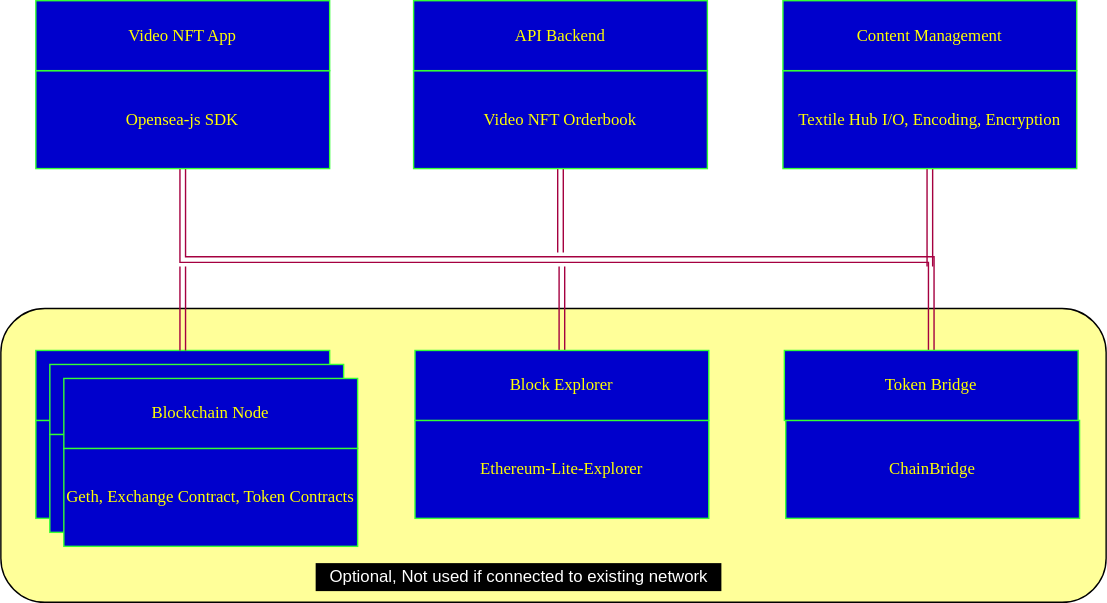
videocoin/videocoin-nft-devnet keeps this draw.io diagram as docs/devnet.drawio.svg. Above is the earlier version. Source tidied: cells renumbered, new cells last; positions are measured from the earlier drawing's top-left corner, leaving out a move shared by most shapes.
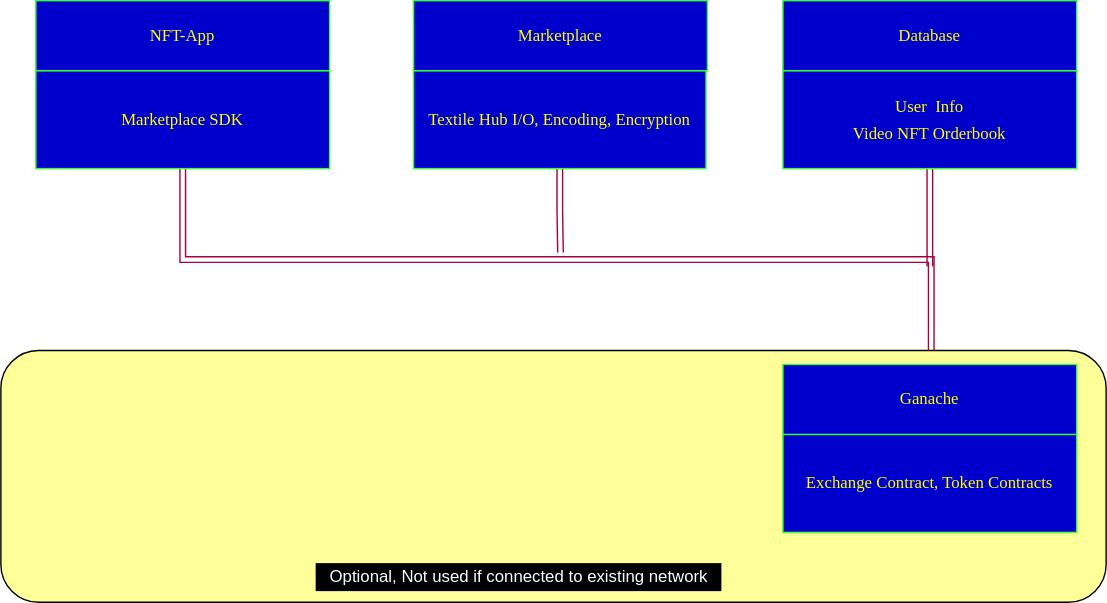
After the commit.

Diff of the diagram source:
```diff
@@ -3,35 +3,23 @@
     <mxCell id="0" />
     <mxCell id="1" parent="0" />
     <mxCell id="2" style="rounded=1;whiteSpace=wrap;html=1;fillColor=#FFFF99;" parent="1" vertex="1">
-      <mxGeometry y="220" width="790" height="210" as="geometry" />
+      <mxGeometry y="250" width="790" height="180" as="geometry" />
     </mxCell>
-    <mxCell id="3" value="&lt;div style=&quot;line-height: 19px ; font-size: 12px&quot;&gt;&lt;br&gt;&lt;/div&gt;" style="whiteSpace=wrap;html=1;fontSize=12;fontFamily=Verdana;labelBackgroundColor=none;strokeColor=#33FF33;fontColor=#FFFF00;fillColor=#0000CC;" parent="1" vertex="1">
-      <mxGeometry x="25" y="300" width="210" height="70" as="geometry" />
-    </mxCell>
-    <mxCell id="4" style="whiteSpace=wrap;html=1;fontSize=12;fontFamily=Verdana;labelBackgroundColor=none;strokeColor=#33FF33;fontColor=#FFFF00;fillColor=#0000CC;" parent="1" vertex="1">
-      <mxGeometry x="25" y="250" width="210" height="50" as="geometry" />
-    </mxCell>
-    <mxCell id="5" value="&lt;div style=&quot;line-height: 19px ; font-size: 12px&quot;&gt;&lt;br&gt;&lt;/div&gt;" style="whiteSpace=wrap;html=1;fontSize=12;fontFamily=Verdana;labelBackgroundColor=none;strokeColor=#33FF33;fontColor=#FFFF00;fillColor=#0000CC;" parent="1" vertex="1">
-      <mxGeometry x="35" y="310" width="210" height="70" as="geometry" />
-    </mxCell>
-    <mxCell id="6" style="whiteSpace=wrap;html=1;fontSize=12;fontFamily=Verdana;labelBackgroundColor=none;strokeColor=#33FF33;fontColor=#FFFF00;fillColor=#0000CC;" parent="1" vertex="1">
-      <mxGeometry x="35" y="260" width="210" height="50" as="geometry" />
-    </mxCell>
-    <mxCell id="7" value="&lt;div style=&quot;line-height: 19px ; font-size: 12px&quot;&gt;Geth, Exchange Contract, Token Contracts&lt;/div&gt;" style="whiteSpace=wrap;html=1;fontSize=12;fontFamily=Verdana;labelBackgroundColor=none;strokeColor=#33FF33;fontColor=#FFFF00;fillColor=#0000CC;" parent="1" vertex="1">
-      <mxGeometry x="45" y="320" width="210" height="70" as="geometry" />
+    <mxCell id="7" value="&lt;div style=&quot;line-height: 19px ; font-size: 12px&quot;&gt;Exchange Contract, Token Contracts&lt;/div&gt;" style="whiteSpace=wrap;html=1;fontSize=12;fontFamily=Verdana;labelBackgroundColor=none;strokeColor=#33FF33;fontColor=#FFFF00;fillColor=#0000CC;" parent="1" vertex="1">
+      <mxGeometry x="559" y="310" width="210" height="70" as="geometry" />
     </mxCell>
-    <mxCell id="8" value="Blockchain Node" style="whiteSpace=wrap;html=1;fontSize=12;fontFamily=Verdana;labelBackgroundColor=none;strokeColor=#33FF33;fontColor=#FFFF00;fillColor=#0000CC;" parent="1" vertex="1">
-      <mxGeometry x="45" y="270" width="210" height="50" as="geometry" />
+    <mxCell id="8" value="Ganache" style="whiteSpace=wrap;html=1;fontSize=12;fontFamily=Verdana;labelBackgroundColor=none;strokeColor=#33FF33;fontColor=#FFFF00;fillColor=#0000CC;" parent="1" vertex="1">
+      <mxGeometry x="559" y="260" width="210" height="50" as="geometry" />
     </mxCell>
     <mxCell id="9" style="edgeStyle=orthogonalEdgeStyle;shape=link;rounded=0;jettySize=auto;html=1;exitX=0.5;exitY=1;exitDx=0;exitDy=0;fillColor=#d80073;strokeColor=#A50040;" parent="1" edge="1" source="10">
       <mxGeometry relative="1" as="geometry">
         <mxPoint x="664" y="190" as="targetPoint" />
       </mxGeometry>
     </mxCell>
-    <mxCell id="10" value="&lt;div style=&quot;line-height: 19px ; font-size: 12px&quot;&gt;Textile Hub I/O, Encoding, Encryption&lt;/div&gt;" style="whiteSpace=wrap;html=1;fontSize=12;fontFamily=Verdana;labelBackgroundColor=none;strokeColor=#33FF33;fontColor=#FFFF00;fillColor=#0000CC;" parent="1" vertex="1">
+    <mxCell id="10" value="&lt;div style=&quot;line-height: 19px ; font-size: 12px&quot;&gt;User&amp;nbsp; Info&lt;br&gt;Video NFT Orderbook&lt;br&gt;&lt;/div&gt;" style="whiteSpace=wrap;html=1;fontSize=12;fontFamily=Verdana;labelBackgroundColor=none;strokeColor=#33FF33;fontColor=#FFFF00;fillColor=#0000CC;" parent="1" vertex="1">
       <mxGeometry x="559" y="50" width="210" height="70" as="geometry" />
     </mxCell>
-    <mxCell id="11" value="Content Management" style="whiteSpace=wrap;html=1;fontSize=12;fontFamily=Verdana;labelBackgroundColor=none;strokeColor=#33FF33;fontColor=#FFFF00;fillColor=#0000CC;" parent="1" vertex="1">
+    <mxCell id="11" value="Database" style="whiteSpace=wrap;html=1;fontSize=12;fontFamily=Verdana;labelBackgroundColor=none;strokeColor=#33FF33;fontColor=#FFFF00;fillColor=#0000CC;" parent="1" vertex="1">
       <mxGeometry x="559" width="210" height="50" as="geometry" />
     </mxCell>
     <mxCell id="12" style="edgeStyle=orthogonalEdgeStyle;shape=link;rounded=0;jettySize=auto;html=1;exitX=0.5;exitY=1;exitDx=0;exitDy=0;fillColor=#d80073;strokeColor=#A50040;" parent="1" edge="1" source="13">
@@ -39,43 +27,23 @@
         <mxPoint x="400" y="180" as="targetPoint" />
       </mxGeometry>
     </mxCell>
-    <mxCell id="13" value="&lt;div style=&quot;line-height: 19px ; font-size: 12px&quot;&gt;Video NFT Orderbook&lt;/div&gt;" style="whiteSpace=wrap;html=1;fontSize=12;fontFamily=Verdana;labelBackgroundColor=none;strokeColor=#33FF33;fontColor=#FFFF00;fillColor=#0000CC;" parent="1" vertex="1">
-      <mxGeometry x="295" y="50" width="210" height="70" as="geometry" />
+    <mxCell id="13" value="&lt;div style=&quot;line-height: 19px ; font-size: 12px&quot;&gt;Textile Hub I/O, Encoding, Encryption&lt;/div&gt;" style="whiteSpace=wrap;html=1;fontSize=12;fontFamily=Verdana;labelBackgroundColor=none;strokeColor=#33FF33;fontColor=#FFFF00;fillColor=#0000CC;" parent="1" vertex="1">
+      <mxGeometry x="295" y="50" width="209" height="70" as="geometry" />
     </mxCell>
-    <mxCell id="14" value="API Backend" style="whiteSpace=wrap;html=1;fontSize=12;fontFamily=Verdana;labelBackgroundColor=none;strokeColor=#33FF33;fontColor=#FFFF00;fillColor=#0000CC;" parent="1" vertex="1">
+    <mxCell id="14" value="Marketplace" style="whiteSpace=wrap;html=1;fontSize=12;fontFamily=Verdana;labelBackgroundColor=none;strokeColor=#33FF33;fontColor=#FFFF00;fillColor=#0000CC;" parent="1" vertex="1">
       <mxGeometry x="295" width="210" height="50" as="geometry" />
     </mxCell>
-    <mxCell id="15" style="edgeStyle=orthogonalEdgeStyle;rounded=0;jettySize=auto;html=1;exitX=0.5;exitY=1;exitDx=0;exitDy=0;entryX=0.5;entryY=0;entryDx=0;entryDy=0;shape=link;fillColor=#d80073;strokeColor=#A50040;" parent="1" edge="1" source="16" target="19">
-      <mxGeometry relative="1" as="geometry" />
+    <mxCell id="15" style="edgeStyle=orthogonalEdgeStyle;rounded=0;jettySize=auto;html=1;exitX=0.5;exitY=1;exitDx=0;exitDy=0;entryX=0.5;entryY=0;entryDx=0;entryDy=0;shape=link;fillColor=#d80073;strokeColor=#A50040;" parent="1" edge="1" source="16">
+      <mxGeometry relative="1" as="geometry">
+        <mxPoint x="665" y="250" as="targetPoint" />
+      </mxGeometry>
     </mxCell>
-    <mxCell id="16" value="&lt;div style=&quot;line-height: 19px ; font-size: 12px&quot;&gt;Opensea-js SDK&lt;/div&gt;" style="whiteSpace=wrap;html=1;fontSize=12;fontFamily=Verdana;labelBackgroundColor=none;strokeColor=#33FF33;fontColor=#FFFF00;fillColor=#0000CC;" parent="1" vertex="1">
+    <mxCell id="16" value="&lt;div style=&quot;line-height: 19px ; font-size: 12px&quot;&gt;Marketplace SDK&lt;/div&gt;" style="whiteSpace=wrap;html=1;fontSize=12;fontFamily=Verdana;labelBackgroundColor=none;strokeColor=#33FF33;fontColor=#FFFF00;fillColor=#0000CC;" parent="1" vertex="1">
       <mxGeometry x="25" y="50" width="210" height="70" as="geometry" />
     </mxCell>
-    <mxCell id="17" value="Video NFT App" style="whiteSpace=wrap;html=1;fontSize=12;fontFamily=Verdana;labelBackgroundColor=none;strokeColor=#33FF33;fontColor=#FFFF00;fillColor=#0000CC;" parent="1" vertex="1">
+    <mxCell id="17" value="NFT-App" style="whiteSpace=wrap;html=1;fontSize=12;fontFamily=Verdana;labelBackgroundColor=none;strokeColor=#33FF33;fontColor=#FFFF00;fillColor=#0000CC;" parent="1" vertex="1">
       <mxGeometry x="25" width="210" height="50" as="geometry" />
     </mxCell>
-    <mxCell id="18" value="&lt;div style=&quot;line-height: 19px ; font-size: 12px&quot;&gt;ChainBridge&lt;/div&gt;" style="whiteSpace=wrap;html=1;fontSize=12;fontFamily=Verdana;labelBackgroundColor=none;strokeColor=#33FF33;fontColor=#FFFF00;fillColor=#0000CC;" parent="1" vertex="1">
-      <mxGeometry x="561" y="300" width="210" height="70" as="geometry" />
-    </mxCell>
-    <mxCell id="19" value="Token Bridge" style="whiteSpace=wrap;html=1;fontSize=12;fontFamily=Verdana;labelBackgroundColor=none;strokeColor=#33FF33;fontColor=#FFFF00;fillColor=#0000CC;" parent="1" vertex="1">
-      <mxGeometry x="560" y="250" width="210" height="50" as="geometry" />
-    </mxCell>
-    <mxCell id="20" value="&lt;div style=&quot;line-height: 19px ; font-size: 12px&quot;&gt;Ethereum-Lite-Explorer&lt;/div&gt;" style="whiteSpace=wrap;html=1;fontSize=12;fontFamily=Verdana;labelBackgroundColor=none;strokeColor=#33FF33;fontColor=#FFFF00;fillColor=#0000CC;" parent="1" vertex="1">
-      <mxGeometry x="296" y="300" width="210" height="70" as="geometry" />
-    </mxCell>
-    <mxCell id="21" style="edgeStyle=orthogonalEdgeStyle;shape=link;rounded=0;jettySize=auto;html=1;exitX=0.5;exitY=0;exitDx=0;exitDy=0;fillColor=#d80073;strokeColor=#A50040;" parent="1" edge="1" source="22">
-      <mxGeometry relative="1" as="geometry">
-        <mxPoint x="401" y="190" as="targetPoint" />
-      </mxGeometry>
-    </mxCell>
-    <mxCell id="22" value="Block Explorer" style="whiteSpace=wrap;html=1;fontSize=12;fontFamily=Verdana;labelBackgroundColor=none;strokeColor=#33FF33;fontColor=#FFFF00;fillColor=#0000CC;" parent="1" vertex="1">
-      <mxGeometry x="296" y="250" width="210" height="50" as="geometry" />
-    </mxCell>
-    <mxCell id="23" style="edgeStyle=orthogonalEdgeStyle;shape=link;rounded=0;jettySize=auto;html=1;exitX=0.5;exitY=0;exitDx=0;exitDy=0;fillColor=#d80073;strokeColor=#A50040;" parent="1" edge="1" source="4">
-      <mxGeometry relative="1" as="geometry">
-        <mxPoint x="130" y="190" as="targetPoint" />
-      </mxGeometry>
-    </mxCell>
     <mxCell id="24" value="&lt;font color=&quot;#ffffff&quot;&gt;Optional, Not used if connected to existing network&lt;/font&gt;" style="text;html=1;align=center;verticalAlign=middle;strokeColor=none;rounded=0;fillColor=#000000;" parent="1" vertex="1">
       <mxGeometry x="225" y="402" width="290" height="20" as="geometry" />
     </mxCell>
```
